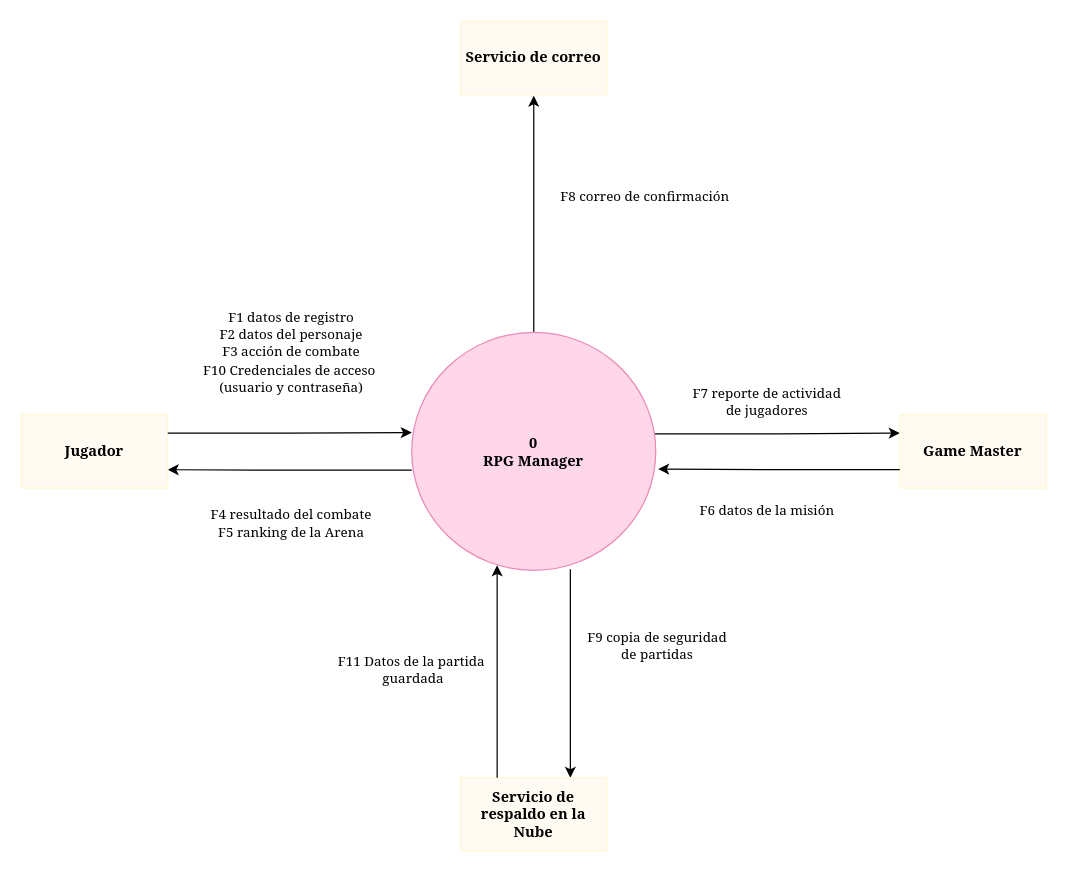
stephannynayleth01-coder/DRAW.IO_AS keeps this draw.io diagram as diagramas-drawio/01_contexto_rpg.drawio. Above is the earlier version. Source tidied: cells renumbered, new cells numbered last; positions are measured from the earlier drawing's top-left corner, leaving out a move shared by most shapes. Both pictures are drawn from the tidied source at 122%, with x=0, y=0 at pixel (21, 21).
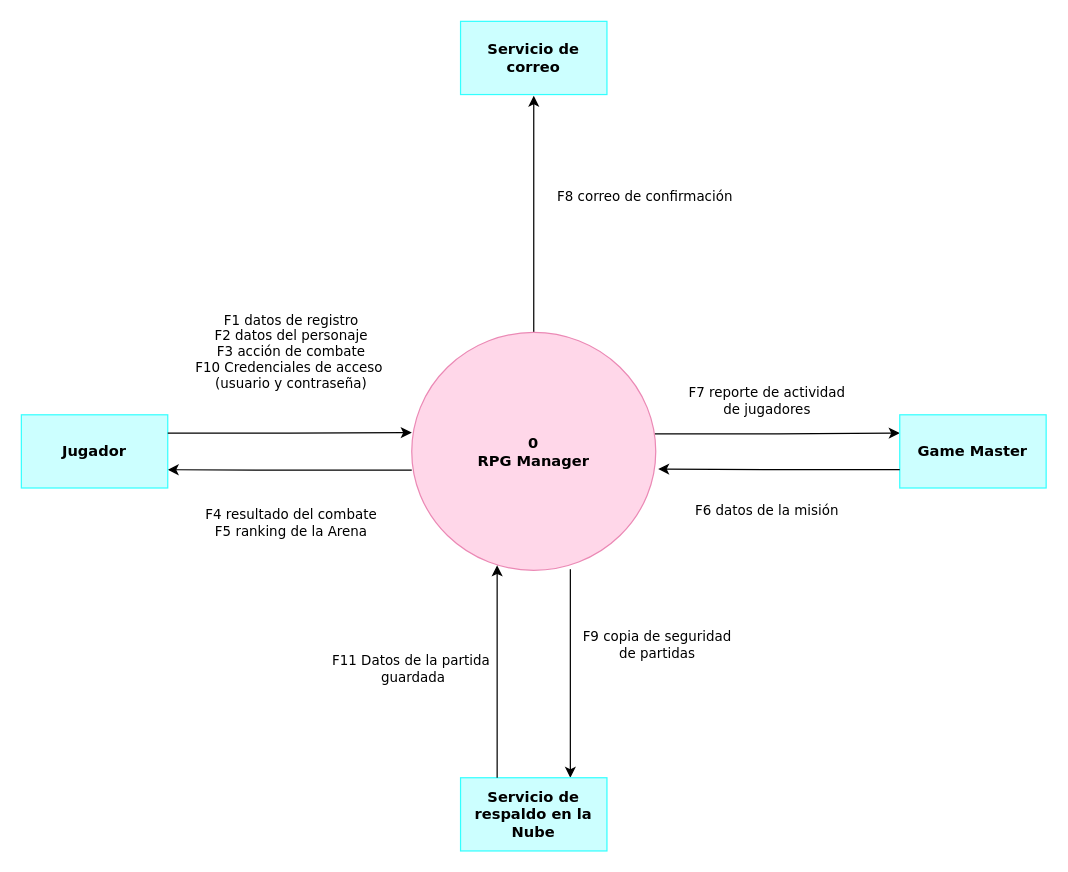
The same page after the edit.

Unchanged cells that the change refers to:
```xml
<mxCell id="11" style="edgeStyle=orthogonalEdgeStyle;rounded=0;jettySize=auto;html=1;exitX=1;exitY=0.25;exitDx=0;exitDy=0;entryX=0;entryY=0.421;entryDx=0;entryDy=0;entryPerimeter=0;defaultLabelBackgroundColor=page;" parent="1" edge="1" source="7" target="6">
  <mxGeometry relative="1" as="geometry" />
</mxCell>
```

The edit, as a diff of the source:
```diff
@@
-    <mxCell id="6" value="&lt;font face=&quot;Georgia&quot;&gt;&lt;b&gt;0&lt;/b&gt;&lt;/font&gt;&lt;div&gt;&lt;font face=&quot;Georgia&quot;&gt;&lt;b&gt;RPG Manager&lt;/b&gt;&lt;/font&gt;&lt;/div&gt;" style="ellipse;whiteSpace=wrap;html=1;shapeInside=1;fillColor=#FFD7E9;strokeColor=#EB89B5;" parent="1" vertex="1">
+    <mxCell id="6" value="&lt;b style=&quot;&quot;&gt;&lt;font face=&quot;Verdana&quot;&gt;0&lt;/font&gt;&lt;/b&gt;&lt;div&gt;&lt;b style=&quot;&quot;&gt;&lt;font face=&quot;Verdana&quot;&gt;RPG Manager&lt;/font&gt;&lt;/b&gt;&lt;/div&gt;" style="ellipse;whiteSpace=wrap;html=1;shapeInside=1;fillColor=#FFD7E9;strokeColor=#EB89B5;" parent="1" vertex="1">
       <mxGeometry x="320" y="255" width="200" height="195" as="geometry" />
     </mxCell>
-    <mxCell id="7" value="&lt;font face=&quot;Georgia&quot;&gt;&lt;b&gt;Jugador&lt;/b&gt;&lt;/font&gt;" style="rounded=0;whiteSpace=wrap;html=1;fillColor=#FFFBF3;strokeColor=#FFF8D2;" parent="1" vertex="1">
+    <mxCell id="7" value="&lt;b style=&quot;&quot;&gt;&lt;font face=&quot;Verdana&quot;&gt;Jugador&lt;/font&gt;&lt;/b&gt;" style="rounded=0;whiteSpace=wrap;html=1;fillColor=#CCFFFF;strokeColor=#33FFFF;" parent="1" vertex="1">
       <mxGeometry y="322.5" width="120" height="60" as="geometry" />
     </mxCell>
-    <mxCell id="8" value="&lt;font face=&quot;Georgia&quot;&gt;&lt;b&gt;Game Master&lt;/b&gt;&lt;/font&gt;" style="rounded=0;whiteSpace=wrap;html=1;fillColor=#FFFBF3;strokeColor=#FFF8D2;" parent="1" vertex="1">
+    <mxCell id="8" value="&lt;b style=&quot;&quot;&gt;&lt;font face=&quot;Verdana&quot;&gt;Game Master&lt;/font&gt;&lt;/b&gt;" style="rounded=0;whiteSpace=wrap;html=1;fillColor=#CCFFFF;strokeColor=#33FFFF;" parent="1" vertex="1">
       <mxGeometry x="720" y="322.5" width="120" height="60" as="geometry" />
     </mxCell>
-    <mxCell id="9" value="&lt;font face=&quot;Georgia&quot;&gt;&lt;b&gt;Servicio de respaldo en la Nube&lt;/b&gt;&lt;/font&gt;" style="rounded=0;whiteSpace=wrap;html=1;fillColor=#FFFBF3;strokeColor=#FFF8D2;" parent="1" vertex="1">
+    <mxCell id="9" value="&lt;b style=&quot;&quot;&gt;&lt;font face=&quot;Verdana&quot;&gt;Servicio de respaldo en la Nube&lt;/font&gt;&lt;/b&gt;" style="rounded=0;whiteSpace=wrap;html=1;fillColor=#CCFFFF;strokeColor=#33FFFF;" parent="1" vertex="1">
       <mxGeometry x="360" y="620" width="120" height="60" as="geometry" />
     </mxCell>
-    <mxCell id="10" value="&lt;font face=&quot;Georgia&quot;&gt;&lt;b&gt;Servicio de correo&lt;/b&gt;&lt;/font&gt;" style="rounded=0;whiteSpace=wrap;html=1;fillColor=#FFFBF3;strokeColor=#FFF8D2;" parent="1" vertex="1">
+    <mxCell id="10" value="&lt;b style=&quot;&quot;&gt;&lt;font face=&quot;Verdana&quot;&gt;Servicio de correo&lt;/font&gt;&lt;/b&gt;" style="rounded=0;whiteSpace=wrap;html=1;fillColor=#CCFFFF;strokeColor=#33FFFF;" parent="1" vertex="1">
       <mxGeometry x="360" width="120" height="60" as="geometry" />
     </mxCell>
@@
-    <mxCell id="12" value="&lt;div&gt;&lt;font face=&quot;Georgia&quot;&gt;F1 datos de registro&lt;/font&gt;&lt;/div&gt;&lt;div&gt;&lt;font face=&quot;Georgia&quot;&gt;F2 datos del personaje&lt;/font&gt;&lt;/div&gt;&lt;div&gt;&lt;font face=&quot;Georgia&quot;&gt;F3 acción de combate&lt;/font&gt;&lt;/div&gt;&lt;div&gt;&lt;font face=&quot;Georgia&quot;&gt;F10&amp;nbsp;&lt;/font&gt;&lt;span style=&quot;background-color: transparent;&quot;&gt;&lt;font face=&quot;Georgia&quot;&gt;Credenciales de acceso&amp;nbsp;&lt;/font&gt;&lt;/span&gt;&lt;/div&gt;&lt;div&gt;&lt;span style=&quot;background-color: transparent;&quot;&gt;&lt;font face=&quot;Georgia&quot;&gt;(usuario y contraseña)&lt;/font&gt;&lt;/span&gt;&lt;/div&gt;" style="edgeLabel;html=1;align=center;verticalAlign=middle;inheritText=1;defaultLabelBackgroundColor=page;" parent="11" vertex="1">
+    <mxCell id="12" value="&lt;div&gt;&lt;font face=&quot;Verdana&quot;&gt;F1 datos de registro&lt;/font&gt;&lt;/div&gt;&lt;div&gt;&lt;font face=&quot;Verdana&quot;&gt;F2 datos del personaje&lt;/font&gt;&lt;/div&gt;&lt;div&gt;&lt;font face=&quot;Verdana&quot;&gt;F3 acción de combate&lt;/font&gt;&lt;/div&gt;&lt;div&gt;&lt;font face=&quot;Verdana&quot;&gt;F10&amp;nbsp;&lt;span style=&quot;background-color: transparent;&quot;&gt;Credenciales de acceso&amp;nbsp;&lt;/span&gt;&lt;/font&gt;&lt;/div&gt;&lt;div&gt;&lt;span style=&quot;background-color: transparent;&quot;&gt;&lt;font face=&quot;Verdana&quot;&gt;(usuario y contraseña)&lt;/font&gt;&lt;/span&gt;&lt;/div&gt;" style="edgeLabel;html=1;align=center;verticalAlign=middle;inheritText=1;defaultLabelBackgroundColor=page;" parent="11" vertex="1">
       <mxGeometry x="-0.8" y="-1" relative="1" as="geometry">
         <mxPoint x="80" y="-68" as="offset" />
       </mxGeometry>
     </mxCell>
-    <mxCell id="13" value="&lt;div&gt;&lt;div&gt;&lt;font face=&quot;Georgia&quot;&gt;F4 resultado del combate&lt;/font&gt;&lt;/div&gt;&lt;div&gt;&lt;font face=&quot;Georgia&quot;&gt;F5 ranking de la Arena&lt;/font&gt;&lt;/div&gt;&lt;/div&gt;" style="edgeLabel;html=1;align=center;verticalAlign=middle;inheritText=1;defaultLabelBackgroundColor=page;" parent="11" vertex="1">
+    <mxCell id="13" value="&lt;div&gt;&lt;div&gt;&lt;font face=&quot;Verdana&quot;&gt;F4 resultado del combate&lt;/font&gt;&lt;/div&gt;&lt;div&gt;&lt;font face=&quot;Verdana&quot;&gt;F5 ranking de la Arena&lt;/font&gt;&lt;/div&gt;&lt;/div&gt;" style="edgeLabel;html=1;align=center;verticalAlign=middle;inheritText=1;defaultLabelBackgroundColor=page;" parent="11" vertex="1">
       <mxGeometry x="-0.8" y="-1" relative="1" as="geometry">
         <mxPoint x="80" y="72" as="offset" />
       </mxGeometry>
     </mxCell>
-    <mxCell id="14" value="&lt;font face=&quot;Georgia&quot;&gt;F8 correo de confirmación&lt;/font&gt;&lt;div&gt;&lt;font face=&quot;Georgia&quot;&gt;&lt;br&gt;&lt;/font&gt;&lt;/div&gt;" style="edgeLabel;html=1;align=center;verticalAlign=middle;inheritText=1;defaultLabelBackgroundColor=page;" parent="11" vertex="1">
+    <mxCell id="14" value="&lt;font face=&quot;Verdana&quot;&gt;F8 correo de confirmación&lt;/font&gt;&lt;div&gt;&lt;font face=&quot;Georgia&quot;&gt;&lt;br&gt;&lt;/font&gt;&lt;/div&gt;" style="edgeLabel;html=1;align=center;verticalAlign=middle;inheritText=1;defaultLabelBackgroundColor=page;" parent="11" vertex="1">
       <mxGeometry x="-0.8" y="-1" relative="1" as="geometry">
         <mxPoint x="370" y="-188" as="offset" />
       </mxGeometry>
     </mxCell>
-    <mxCell id="15" value="&lt;div&gt;&lt;font face=&quot;Georgia&quot;&gt;&lt;div&gt;F9 copia de seguridad&lt;/div&gt;&lt;div&gt;de partidas&lt;/div&gt;&lt;/font&gt;&lt;/div&gt;" style="edgeLabel;html=1;align=center;verticalAlign=middle;inheritText=1;defaultLabelBackgroundColor=page;" parent="11" vertex="1">
+    <mxCell id="15" value="&lt;div&gt;&lt;div style=&quot;&quot;&gt;&lt;font face=&quot;Verdana&quot;&gt;F9 copia de seguridad&lt;/font&gt;&lt;/div&gt;&lt;div style=&quot;&quot;&gt;&lt;font face=&quot;Verdana&quot;&gt;de partidas&lt;/font&gt;&lt;/div&gt;&lt;/div&gt;" style="edgeLabel;html=1;align=center;verticalAlign=middle;inheritText=1;defaultLabelBackgroundColor=page;" parent="11" vertex="1">
       <mxGeometry x="-0.8" y="-1" relative="1" as="geometry">
         <mxPoint x="380" y="172" as="offset" />
       </mxGeometry>
     </mxCell>
-    <mxCell id="16" value="&lt;font face=&quot;Georgia&quot;&gt;&lt;div&gt;F11 Datos de la partida&amp;nbsp;&lt;/div&gt;&lt;div&gt;guardada&lt;/div&gt;&lt;/font&gt;" style="edgeLabel;html=1;align=center;verticalAlign=middle;inheritText=1;defaultLabelBackgroundColor=page;" parent="11" vertex="1">
+    <mxCell id="16" value="&lt;div style=&quot;&quot;&gt;&lt;font face=&quot;Verdana&quot;&gt;F11 Datos de la partida&amp;nbsp;&lt;/font&gt;&lt;/div&gt;&lt;div style=&quot;&quot;&gt;&lt;font face=&quot;Verdana&quot;&gt;guardada&lt;/font&gt;&lt;/div&gt;" style="edgeLabel;html=1;align=center;verticalAlign=middle;inheritText=1;defaultLabelBackgroundColor=page;" parent="11" vertex="1">
       <mxGeometry x="-0.8" y="-1" relative="1" as="geometry">
         <mxPoint x="180" y="192" as="offset" />
       </mxGeometry>
     </mxCell>
-    <mxCell id="17" value="&lt;font face=&quot;Georgia&quot;&gt;&lt;div&gt;F7 reporte de actividad&lt;/div&gt;&lt;div&gt;de jugadores&lt;/div&gt;&lt;/font&gt;" style="edgeLabel;html=1;align=center;verticalAlign=middle;inheritText=1;defaultLabelBackgroundColor=page;" parent="11" vertex="1">
+    <mxCell id="17" value="&lt;div style=&quot;&quot;&gt;&lt;font face=&quot;Verdana&quot;&gt;F7 reporte de actividad&lt;/font&gt;&lt;/div&gt;&lt;div style=&quot;&quot;&gt;&lt;font face=&quot;Verdana&quot;&gt;de jugadores&lt;/font&gt;&lt;/div&gt;" style="edgeLabel;html=1;align=center;verticalAlign=middle;inheritText=1;defaultLabelBackgroundColor=page;" parent="11" vertex="1">
       <mxGeometry x="-0.8" y="-1" relative="1" as="geometry">
         <mxPoint x="470" y="-28" as="offset" />
       </mxGeometry>
     </mxCell>
-    <mxCell id="18" value="&lt;font face=&quot;Georgia&quot;&gt;F6 datos de la misión&lt;/font&gt;" style="edgeLabel;html=1;align=center;verticalAlign=middle;inheritText=1;defaultLabelBackgroundColor=page;" parent="11" vertex="1">
+    <mxCell id="18" value="&lt;font face=&quot;Verdana&quot;&gt;F6 datos de la misión&lt;/font&gt;" style="edgeLabel;html=1;align=center;verticalAlign=middle;inheritText=1;defaultLabelBackgroundColor=page;" parent="11" vertex="1">
       <mxGeometry x="-0.8" y="-1" relative="1" as="geometry">
         <mxPoint x="470" y="62" as="offset" />
       </mxGeometry>
     </mxCell>
```
